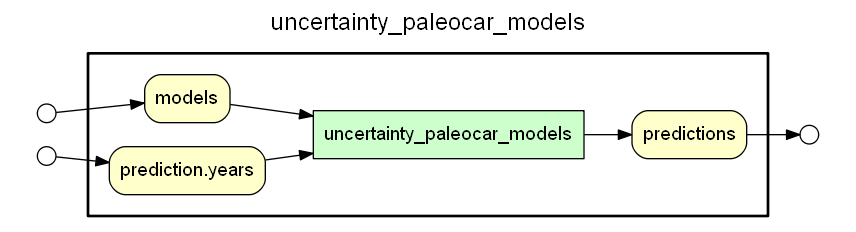
Before: .prov_scripts/graphs/uncertainty_paleocar_models.png, a diagram exported from Graphviz (idaks/wt-prov-Summer-2017). Its source is kept beside it as .prov_scripts/gv_files/uncertainty_paleocar_models.gv.
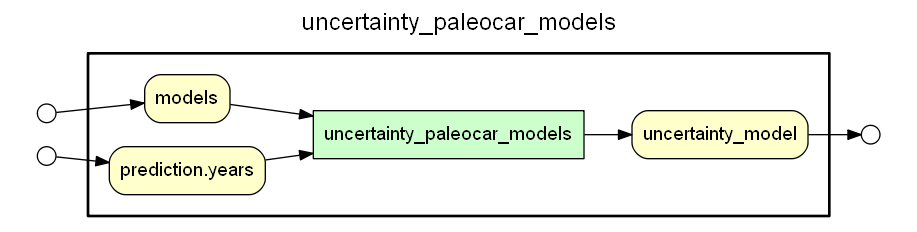
Above is the later version.

The edit, as a diff of the source:
```diff
@@ -7,11 +7,11 @@
 node[shape=box style=filled fillcolor="#CCFFCC" peripheries=1 fontname=Helvetica]
 uncertainty_paleocar_models
 node[shape=box style="rounded,filled" fillcolor="#FFFFCC" peripheries=1 fontname=Helvetica]
-predictions
+uncertainty_model
 models
 "prediction.years"
 node[shape=box style="rounded,filled" fillcolor="#FCFCFC" peripheries=1 fontname=Helvetica]
-uncertainty_paleocar_models -> predictions
+uncertainty_paleocar_models -> uncertainty_model
 models -> uncertainty_paleocar_models
 "prediction.years" -> uncertainty_paleocar_models
 }}
@@ -24,9 +24,9 @@
 subgraph cluster_output_ports_group_outer { label=""; penwidth=0
 subgraph cluster_output_ports_group_inner { label=""; penwidth=0
 node[shape=circle style="rounded,filled" fillcolor="#FFFFFF" peripheries=1 fontname=Helvetica width=0.2]
-predictions_output_port [label=""]
+uncertainty_model_output_port [label=""]
 }}
 models_input_port -> models
 "prediction.years_input_port" -> "prediction.years"
-predictions -> predictions_output_port
+uncertainty_model -> uncertainty_model_output_port
 }
```
